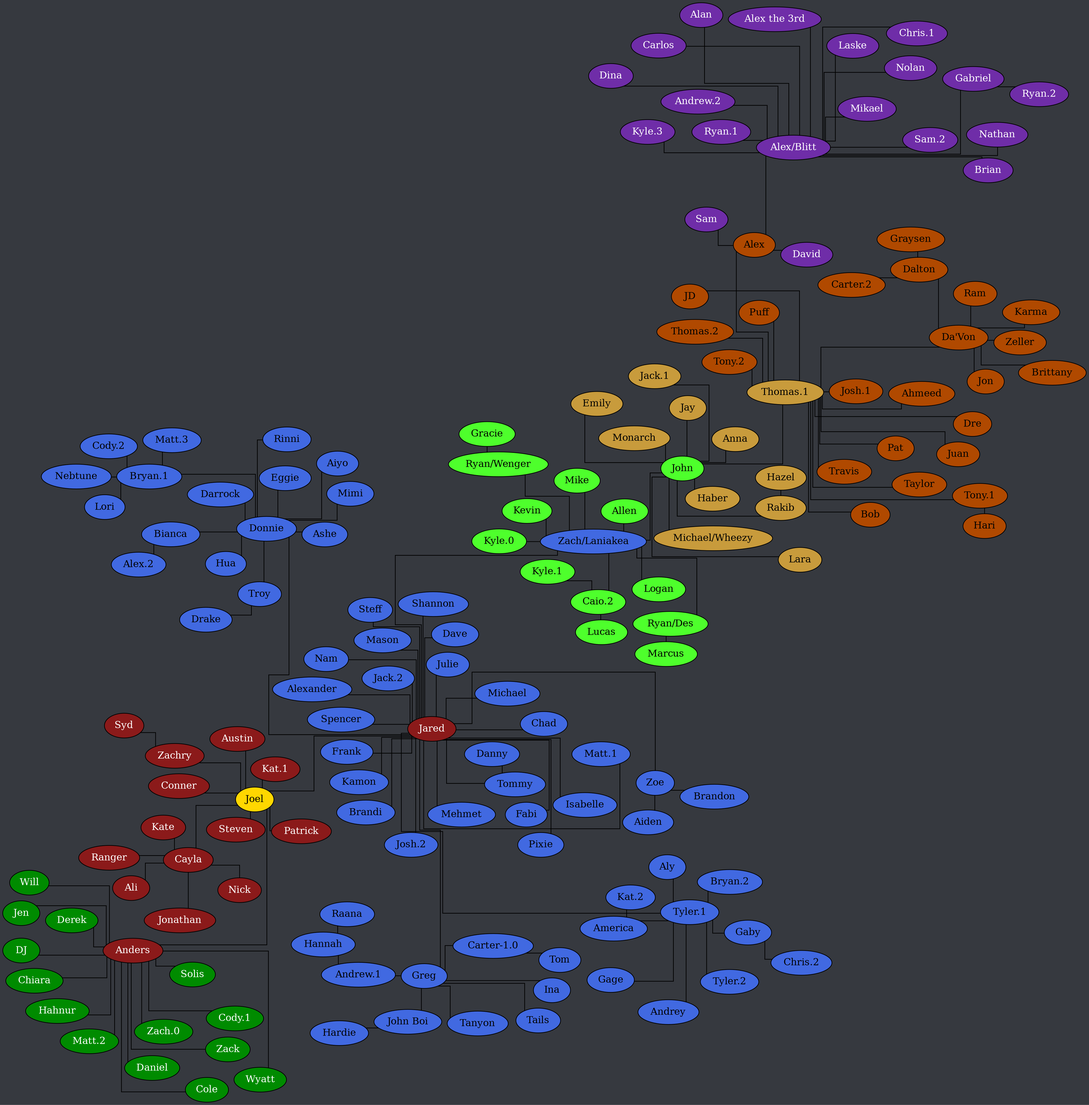
Above: tree.png in Documidas/CoronaCatzFamilyTree (Graphviz), before the change. Its source is kept beside it as tree.dot.
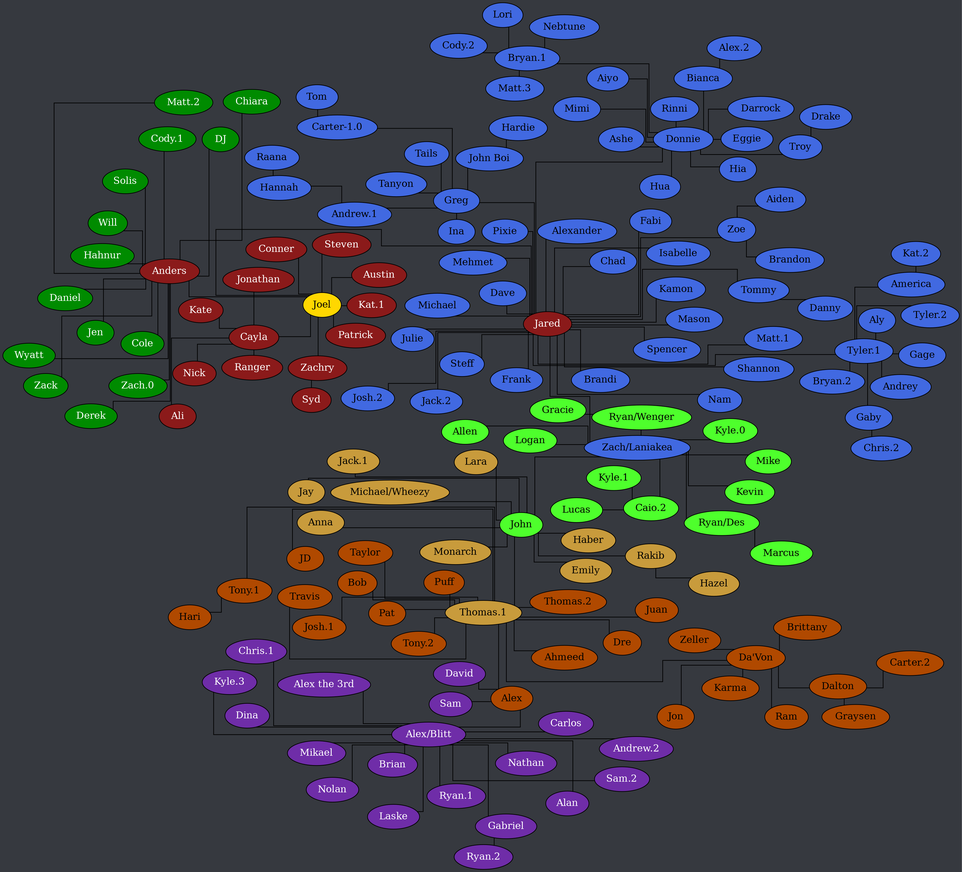
Above is the later version.

Change to the diagram source:
```diff
@@ -68,6 +68,7 @@
 		Donnie -- "Bryan.1";
 		Donnie -- Darrock;
 		Donnie -- Eggie;
+		Donnie -- Hia;
 		Donnie -- Hua;
 		Donnie -- Mimi;
 		Donnie -- Rinni;
```
